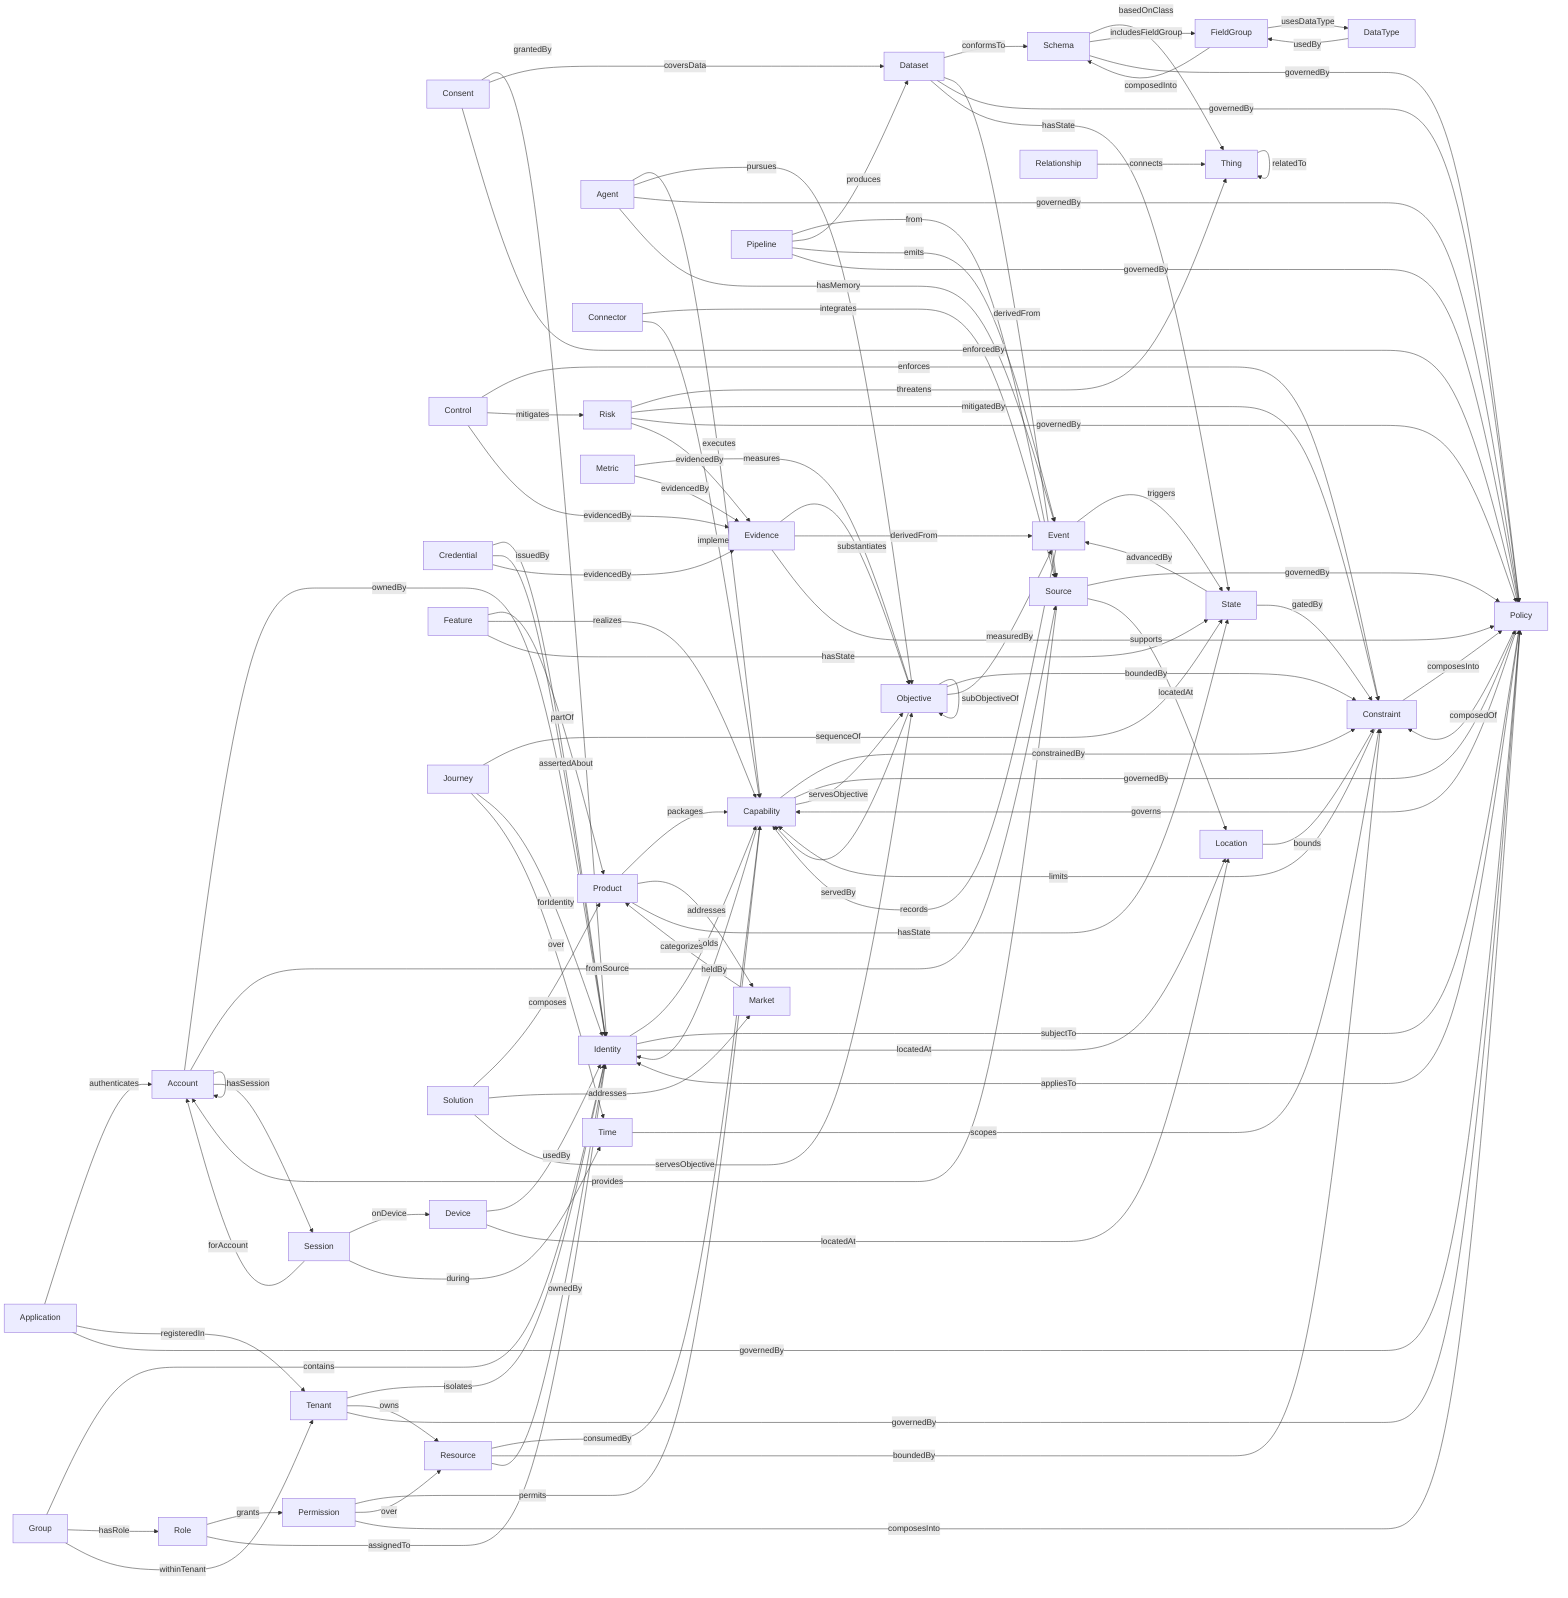
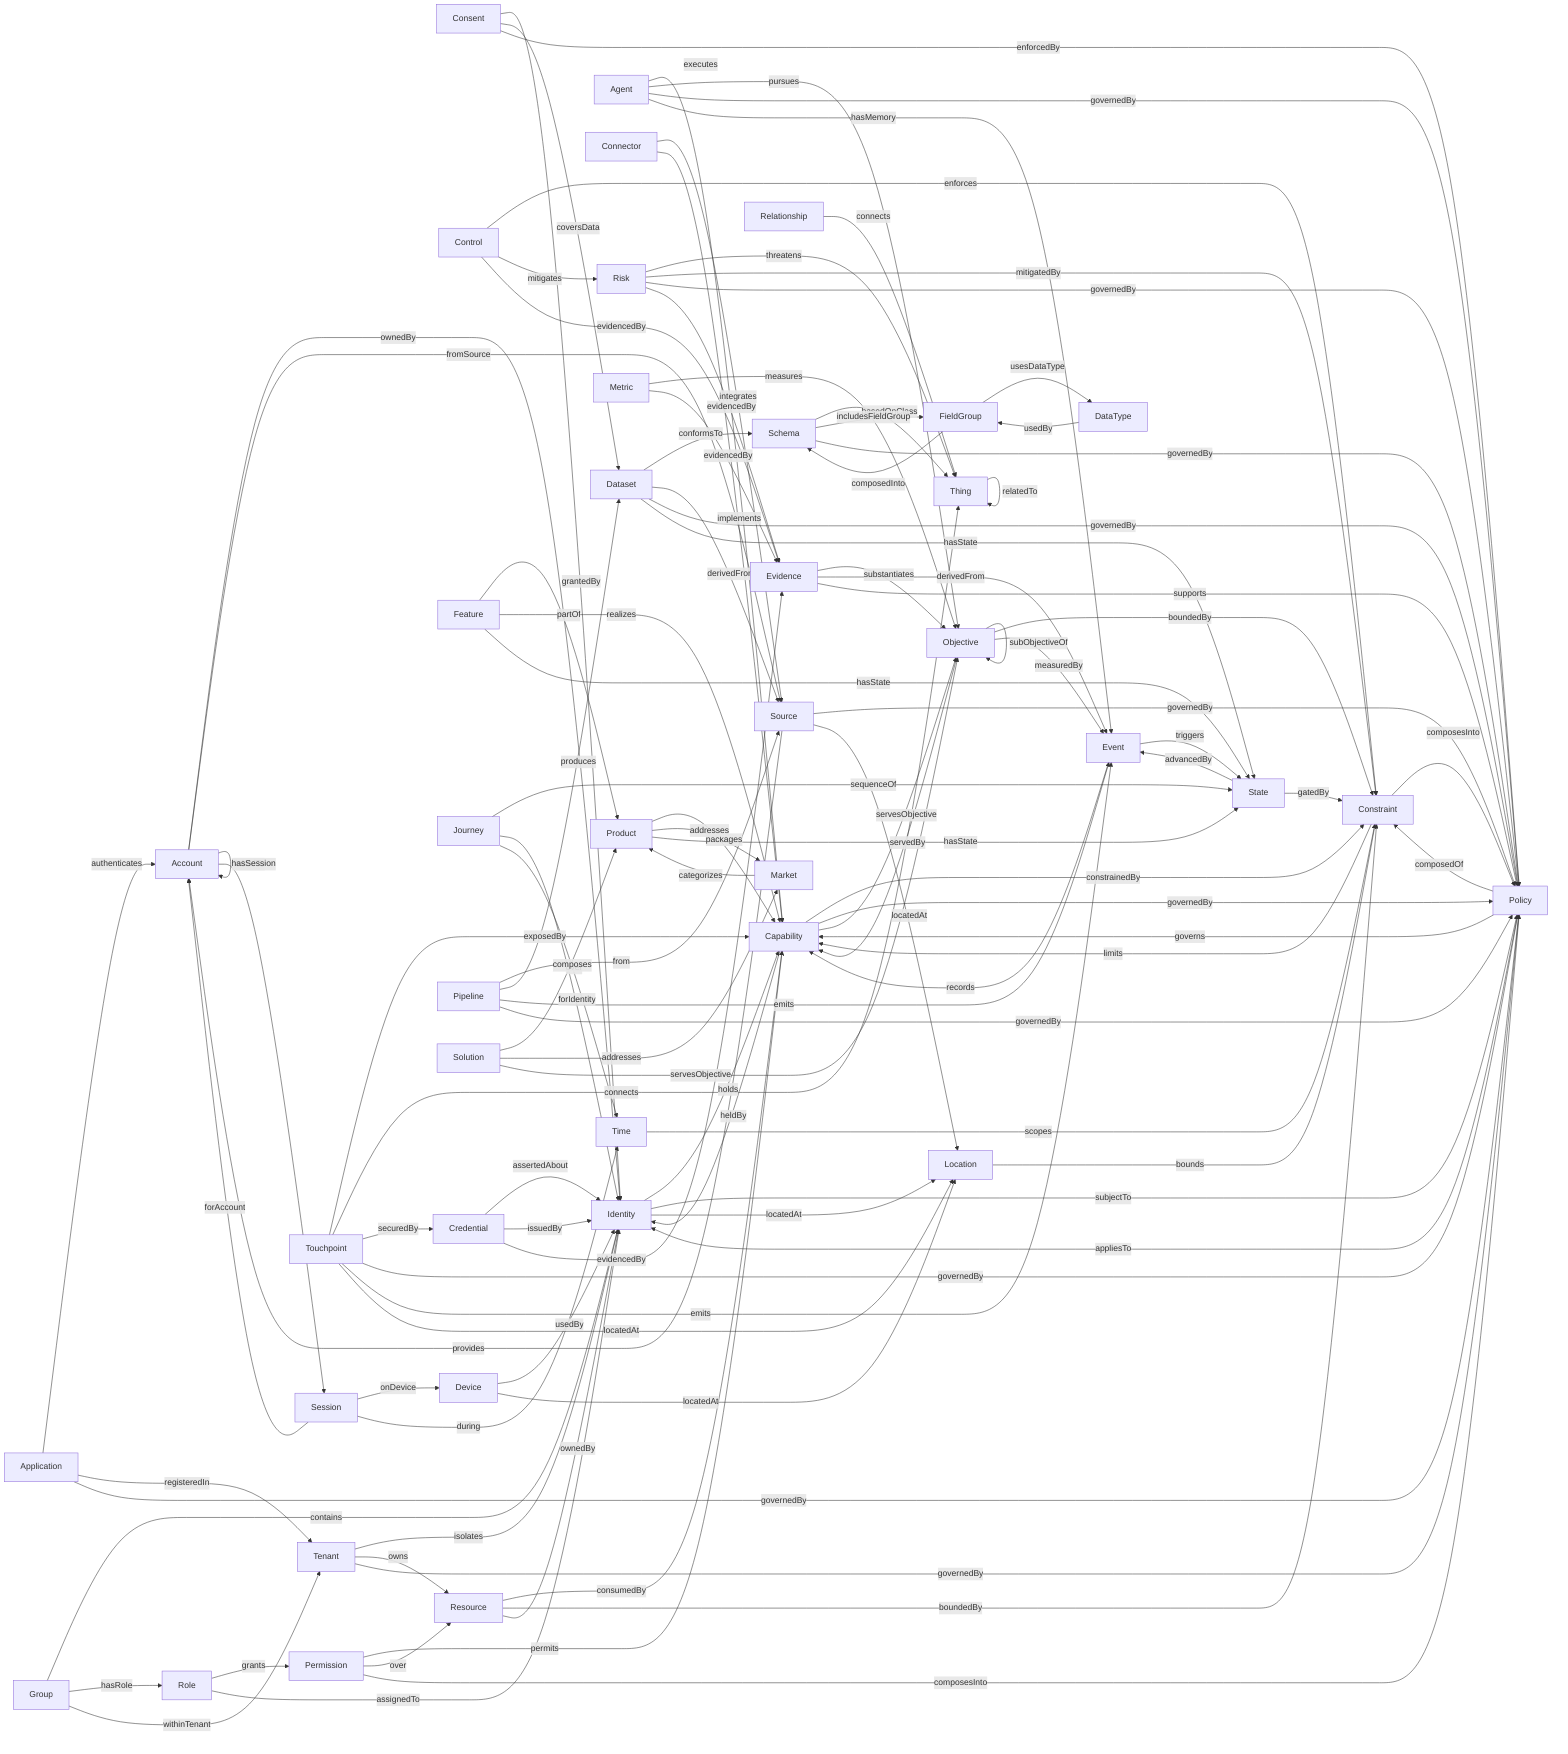
graph LR
  Account -->|ownedBy| Identity
  Account -->|fromSource| Source
  Account -->|linkedTo| Account
  Account -->|hasSession| Session
  Agent -->|executes| Capability
  Agent -->|pursues| Objective
  Agent -->|governedBy| Policy
  Agent -->|hasMemory| Event
  Application -->|authenticates| Account
  Application -->|registeredIn| Tenant
  Application -->|governedBy| Policy
  Capability -->|heldBy| Identity
  Capability -->|constrainedBy| Constraint
  Capability -->|governedBy| Policy
  Capability -->|servesObjective| Objective
  Connector -->|integrates| Source
  Connector -->|implements| Capability
  Consent -->|grantedBy| Identity
  Consent -->|coversData| Dataset
  Consent -->|enforcedBy| Policy
  Constraint -->|composesInto| Policy
  Constraint -->|limits| Capability
  Control -->|enforces| Constraint
  Control -->|mitigates| Risk
  Control -->|evidencedBy| Evidence
  Credential -->|assertedAbout| Identity
  Credential -->|issuedBy| Identity
  Credential -->|evidencedBy| Evidence
  DataType -->|usedBy| FieldGroup
  Dataset -->|conformsTo| Schema
  Dataset -->|derivedFrom| Source
  Dataset -->|governedBy| Policy
  Dataset -->|hasState| State
  Device -->|usedBy| Identity
  Device -->|locatedAt| Location
  Event -->|records| Capability
  Event -->|triggers| State
  Evidence -->|substantiates| Objective
  Evidence -->|derivedFrom| Event
  Evidence -->|supports| Policy
  Feature -->|partOf| Product
  Feature -->|realizes| Capability
  Feature -->|hasState| State
  FieldGroup -->|usesDataType| DataType
  FieldGroup -->|composedInto| Schema
  Group -->|contains| Identity
  Group -->|hasRole| Role
  Group -->|withinTenant| Tenant
  Identity -->|holds| Capability
  Identity -->|subjectTo| Policy
  Identity -->|locatedAt| Location
  Journey -->|sequenceOf| State
  Journey -->|forIdentity| Identity
  Journey -->|over| Time
  Location -->|bounds| Constraint
  Market -->|categorizes| Product
  Metric -->|measures| Objective
  Metric -->|evidencedBy| Evidence
  Objective -->|servedBy| Capability
  Objective -->|boundedBy| Constraint
  Objective -->|measuredBy| Event
  Objective -->|subObjectiveOf| Objective
  Permission -->|permits| Capability
  Permission -->|over| Resource
  Permission -->|composesInto| Policy
  Pipeline -->|from| Source
  Pipeline -->|produces| Dataset
  Pipeline -->|emits| Event
  Pipeline -->|governedBy| Policy
  Policy -->|composedOf| Constraint
  Policy -->|governs| Capability
  Policy -->|appliesTo| Identity
  Product -->|packages| Capability
  Product -->|addresses| Market
  Product -->|hasState| State
  Relationship -->|connects| Thing
  Resource -->|consumedBy| Capability
  Resource -->|boundedBy| Constraint
  Resource -->|ownedBy| Identity
  Risk -->|threatens| Thing
  Risk -->|mitigatedBy| Constraint
  Risk -->|governedBy| Policy
  Risk -->|evidencedBy| Evidence
  Role -->|grants| Permission
  Role -->|assignedTo| Identity
  Schema -->|basedOnClass| Thing
  Schema -->|includesFieldGroup| FieldGroup
  Schema -->|governedBy| Policy
  Session -->|forAccount| Account
  Session -->|onDevice| Device
  Session -->|during| Time
  Solution -->|composes| Product
  Solution -->|addresses| Market
  Solution -->|servesObjective| Objective
  Source -->|provides| Account
  Source -->|governedBy| Policy
  Source -->|locatedAt| Location
  State -->|advancedBy| Event
  State -->|gatedBy| Constraint
  Tenant -->|isolates| Identity
  Tenant -->|owns| Resource
  Tenant -->|governedBy| Policy
  Thing -->|relatedTo| Thing
  Time -->|scopes| Constraint
+   Touchpoint -->|exposedBy| Capability
+   Touchpoint -->|connects| Thing
+   Touchpoint -->|securedBy| Credential
+   Touchpoint -->|governedBy| Policy
+   Touchpoint -->|emits| Event
+   Touchpoint -->|locatedAt| Location
